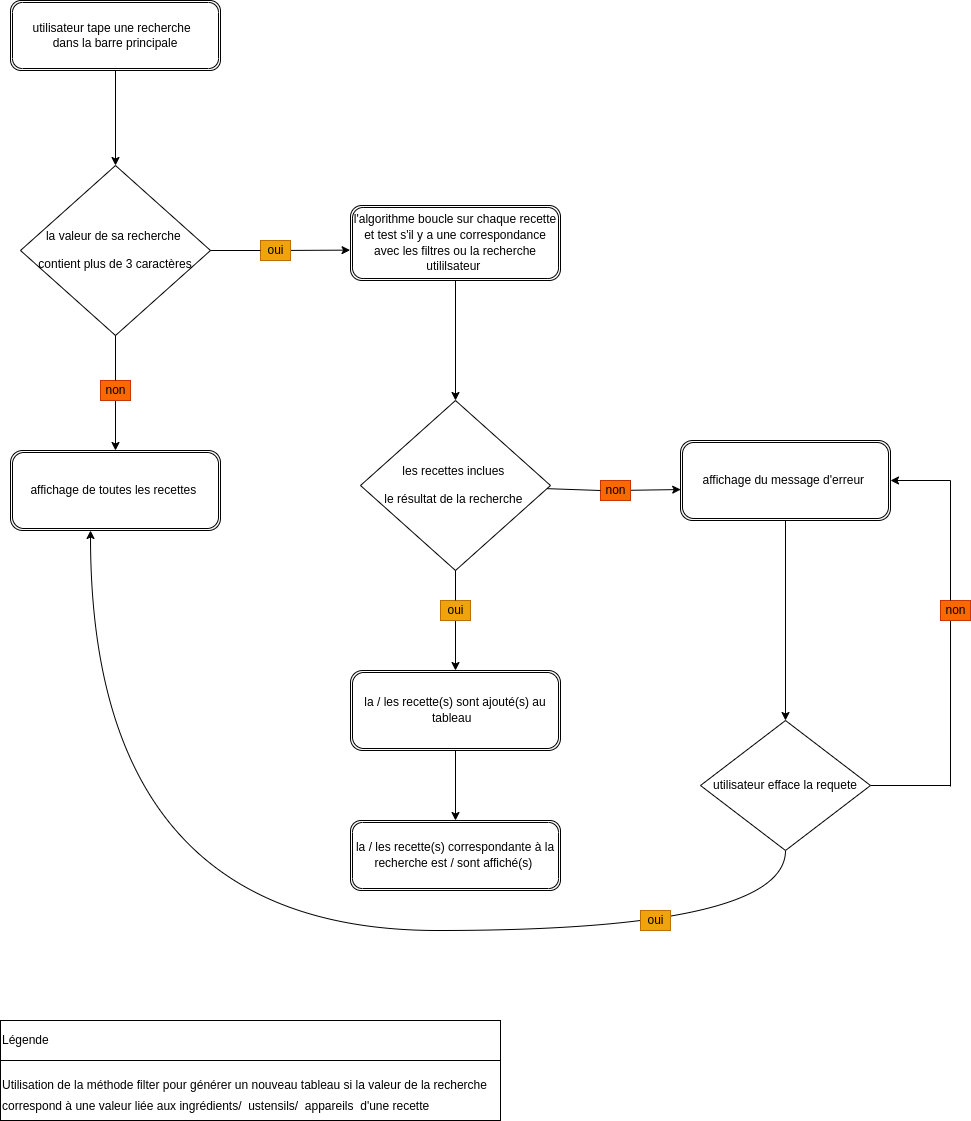
Before: algo2.png, a diagram exported from draw.io (jeremybosqui/Projet7_Algo). Source tidied: cells renumbered, new cells last; positions are measured from the earlier drawing's top-left corner, leaving out a move shared by most shapes. Its diagram source:
```xml
<mxGraphModel background="#ffffff" shadow="1">
  <root>
    <mxCell id="0" />
    <mxCell id="1" parent="0" />
    <mxCell id="2" style="edgeStyle=none;html=1;entryX=0.5;entryY=0;entryDx=0;entryDy=0;" parent="1" edge="1" source="3" target="6">
      <mxGeometry relative="1" as="geometry" />
    </mxCell>
    <mxCell id="3" value="utilisateur tape une recherche&amp;nbsp; &lt;br&gt;dans la barre principale" style="shape=ext;double=1;rounded=1;whiteSpace=wrap;html=1;" parent="1" vertex="1">
      <mxGeometry x="10" width="210" height="70" as="geometry" />
    </mxCell>
    <mxCell id="4" style="edgeStyle=none;html=1;startArrow=none;" parent="1" edge="1" source="16">
      <mxGeometry relative="1" as="geometry">
        <mxPoint x="115" y="450" as="targetPoint" />
      </mxGeometry>
    </mxCell>
    <mxCell id="5" style="edgeStyle=none;html=1;entryX=-0.002;entryY=0.595;entryDx=0;entryDy=0;startArrow=none;entryPerimeter=0;" parent="1" edge="1" source="20" target="19">
      <mxGeometry relative="1" as="geometry" />
    </mxCell>
    <mxCell id="6" value="&lt;p style=&quot;line-height: 1.3&quot;&gt;la valeur de sa&amp;nbsp;&lt;span&gt;recherche&amp;nbsp;&lt;/span&gt;&lt;/p&gt;&lt;p style=&quot;line-height: 1.3&quot;&gt;&lt;span&gt;contient plus de 3 caractères&lt;/span&gt;&lt;/p&gt;" style="rhombus;whiteSpace=wrap;html=1;rotation=0;" parent="1" vertex="1">
      <mxGeometry x="20" y="165" width="190" height="170" as="geometry" />
    </mxCell>
    <mxCell id="7" style="shape=table;startSize=0;" parent="1" vertex="1">
      <mxGeometry y="1020" width="500" height="100" as="geometry" />
    </mxCell>
    <mxCell id="8" style="shape=partialRectangle;fillColor=none;top=0;left=0;bottom=0;right=0;" parent="7" vertex="1">
      <mxGeometry width="500" height="40" as="geometry" />
    </mxCell>
    <mxCell id="9" value="Légende&lt;span style=&quot;white-space: pre&quot;&gt;&#9;&lt;/span&gt;&lt;span style=&quot;white-space: pre&quot;&gt;&#9;&lt;/span&gt;" style="shape=partialRectangle;html=1;whiteSpace=wrap;overflow=hidden;fillColor=none;top=0;left=0;bottom=0;right=0;align=left;" parent="8" vertex="1">
      <mxGeometry width="500" height="40" as="geometry" />
    </mxCell>
    <mxCell id="10" style="shape=partialRectangle;fillColor=none;top=0;left=0;bottom=0;right=0;" parent="7" vertex="1">
      <mxGeometry y="40" width="500" height="60" as="geometry" />
    </mxCell>
    <mxCell id="11" value="&lt;p style=&quot;line-height: 1.8&quot;&gt;Utilisation de la méthode filter pour générer un nouveau tableau si la valeur de la recherche&lt;br&gt;correspond à une valeur liée aux ingrédients/&amp;nbsp; ustensils/&amp;nbsp; appareils&amp;nbsp; d'une recette&lt;/p&gt;" style="shape=partialRectangle;html=1;whiteSpace=wrap;overflow=hidden;fillColor=none;top=0;left=0;bottom=0;right=0;align=left;" parent="10" vertex="1">
      <mxGeometry width="500" height="60" as="geometry" />
    </mxCell>
    <mxCell id="12" style="edgeStyle=none;html=1;startArrow=none;entryX=0.001;entryY=0.613;entryDx=0;entryDy=0;entryPerimeter=0;" parent="1" edge="1" source="25" target="24">
      <mxGeometry relative="1" as="geometry" />
    </mxCell>
    <mxCell id="13" style="edgeStyle=none;html=1;startArrow=none;" parent="1" edge="1" source="27">
      <mxGeometry relative="1" as="geometry">
        <mxPoint x="455" y="670" as="targetPoint" />
      </mxGeometry>
    </mxCell>
    <mxCell id="14" value="&lt;p style=&quot;line-height: 1.3&quot;&gt;les recettes inclues&amp;nbsp;&lt;/p&gt;&lt;p style=&quot;line-height: 1.3&quot;&gt;le résultat de la recherche&amp;nbsp;&lt;/p&gt;" style="rhombus;whiteSpace=wrap;html=1;rotation=0;" parent="1" vertex="1">
      <mxGeometry x="360" y="400" width="190" height="170" as="geometry" />
    </mxCell>
    <mxCell id="15" value="&lt;p style=&quot;line-height: 1.3&quot;&gt;affichage de toutes les recettes&amp;nbsp;&lt;/p&gt;" style="shape=ext;double=1;rounded=1;whiteSpace=wrap;html=1;" parent="1" vertex="1">
      <mxGeometry x="10" y="450" width="210" height="80" as="geometry" />
    </mxCell>
    <mxCell id="16" value="non" style="text;html=1;align=center;verticalAlign=middle;points=[];strokeColor=#C73500;fillColor=#fa6800;sketch=0;shadow=0;fontColor=#000000;" parent="1" vertex="1">
      <mxGeometry x="100" y="380" width="30" height="20" as="geometry" />
    </mxCell>
    <mxCell id="17" style="edgeStyle=none;html=1;endArrow=none;" parent="1" edge="1" source="6" target="16">
      <mxGeometry relative="1" as="geometry" />
    </mxCell>
    <mxCell id="18" style="edgeStyle=none;html=1;" parent="1" edge="1" source="19">
      <mxGeometry relative="1" as="geometry">
        <mxPoint x="455" y="400" as="targetPoint" />
      </mxGeometry>
    </mxCell>
    <mxCell id="19" value="&lt;p style=&quot;line-height: 1.3&quot;&gt;l'algorithme boucle sur chaque recette et test s'il y a une correspondance avec les filtres ou la recherche utililsateur&amp;nbsp;&lt;/p&gt;" style="shape=ext;double=1;rounded=1;whiteSpace=wrap;html=1;" parent="1" vertex="1">
      <mxGeometry x="350" y="205" width="210" height="75" as="geometry" />
    </mxCell>
    <mxCell id="20" value="oui" style="text;html=1;align=center;verticalAlign=middle;points=[];strokeColor=#BD7000;fillColor=#f0a30a;sketch=0;shadow=0;fontColor=#000000;" parent="1" vertex="1">
      <mxGeometry x="260" y="240" width="30" height="20" as="geometry" />
    </mxCell>
    <mxCell id="21" style="edgeStyle=none;html=1;entryX=0;entryY=0.5;entryDx=0;entryDy=0;endArrow=none;" parent="1" edge="1" source="6" target="20">
      <mxGeometry relative="1" as="geometry" />
    </mxCell>
    <mxCell id="22" style="edgeStyle=none;html=1;" parent="1" edge="1" source="24">
      <mxGeometry relative="1" as="geometry">
        <mxPoint x="785" y="720" as="targetPoint" />
      </mxGeometry>
    </mxCell>
    <mxCell id="23" style="edgeStyle=orthogonalEdgeStyle;curved=1;html=1;startArrow=classic;startFill=1;endArrow=none;endFill=0;elbow=vertical;" parent="1" edge="1" source="24">
      <mxGeometry relative="1" as="geometry">
        <mxPoint x="950" y="480" as="targetPoint" />
      </mxGeometry>
    </mxCell>
    <mxCell id="24" value="&lt;p style=&quot;line-height: 1.3&quot;&gt;affichage du message d'erreur&amp;nbsp;&lt;/p&gt;" style="shape=ext;double=1;rounded=1;whiteSpace=wrap;html=1;" parent="1" vertex="1">
      <mxGeometry x="680" y="440" width="210" height="80" as="geometry" />
    </mxCell>
    <mxCell id="25" value="non" style="text;html=1;align=center;verticalAlign=middle;points=[];strokeColor=#C73500;fillColor=#fa6800;sketch=0;shadow=0;fontColor=#000000;" parent="1" vertex="1">
      <mxGeometry x="600" y="480" width="30" height="20" as="geometry" />
    </mxCell>
    <mxCell id="26" style="edgeStyle=none;html=1;entryX=0;entryY=0.5;entryDx=0;entryDy=0;endArrow=none;" parent="1" edge="1" source="14" target="25">
      <mxGeometry relative="1" as="geometry">
        <Array as="points">
          <mxPoint x="600" y="490" />
        </Array>
      </mxGeometry>
    </mxCell>
    <mxCell id="27" value="oui" style="text;html=1;align=center;verticalAlign=middle;points=[];strokeColor=#BD7000;fillColor=#f0a30a;sketch=0;shadow=0;fontColor=#000000;" parent="1" vertex="1">
      <mxGeometry x="440" y="600" width="30" height="20" as="geometry" />
    </mxCell>
    <mxCell id="28" style="edgeStyle=none;html=1;endArrow=none;" parent="1" edge="1" source="14">
      <mxGeometry relative="1" as="geometry">
        <mxPoint x="455" y="600" as="targetPoint" />
      </mxGeometry>
    </mxCell>
    <mxCell id="29" style="edgeStyle=none;html=1;" parent="1" edge="1" source="30">
      <mxGeometry relative="1" as="geometry">
        <mxPoint x="455" y="820" as="targetPoint" />
      </mxGeometry>
    </mxCell>
    <mxCell id="30" value="&lt;p style=&quot;line-height: 1.3&quot;&gt;la / les recette(s) sont ajouté(s) au tableau&amp;nbsp;&amp;nbsp;&lt;/p&gt;" style="shape=ext;double=1;rounded=1;whiteSpace=wrap;html=1;" parent="1" vertex="1">
      <mxGeometry x="350" y="670" width="210" height="80" as="geometry" />
    </mxCell>
    <mxCell id="31" value="&lt;p style=&quot;line-height: 1.3&quot;&gt;la / les recette(s) correspondante à la recherche est / sont affiché(s)&amp;nbsp;&lt;br&gt;&lt;/p&gt;" style="shape=ext;double=1;rounded=1;whiteSpace=wrap;html=1;" parent="1" vertex="1">
      <mxGeometry x="350" y="820" width="210" height="70" as="geometry" />
    </mxCell>
    <mxCell id="32" style="edgeStyle=orthogonalEdgeStyle;html=1;entryX=0.381;entryY=1;entryDx=0;entryDy=0;entryPerimeter=0;elbow=vertical;curved=1;" parent="1" edge="1" source="34" target="15">
      <mxGeometry relative="1" as="geometry">
        <Array as="points">
          <mxPoint x="785" y="930" />
          <mxPoint x="90" y="930" />
        </Array>
      </mxGeometry>
    </mxCell>
    <mxCell id="33" style="edgeStyle=orthogonalEdgeStyle;curved=1;html=1;elbow=vertical;endArrow=none;endFill=0;" parent="1" edge="1" source="34">
      <mxGeometry relative="1" as="geometry">
        <mxPoint x="950" y="785" as="targetPoint" />
      </mxGeometry>
    </mxCell>
    <mxCell id="34" value="utilisateur efface la requete" style="rhombus;whiteSpace=wrap;html=1;rotation=0;gradientColor=none;" parent="1" vertex="1">
      <mxGeometry x="700" y="720" width="170" height="130" as="geometry" />
    </mxCell>
    <mxCell id="35" value="oui" style="text;html=1;align=center;verticalAlign=middle;strokeColor=#BD7000;fillColor=#f0a30a;sketch=0;shadow=0;fontColor=#000000;" parent="1" vertex="1">
      <mxGeometry x="640" y="910" width="30" height="20" as="geometry" />
    </mxCell>
    <mxCell id="36" style="edgeStyle=none;html=1;endArrow=none;endFill=0;startArrow=none;exitX=0.334;exitY=1.018;exitDx=0;exitDy=0;exitPerimeter=0;" parent="1" edge="1" source="37">
      <mxGeometry relative="1" as="geometry">
        <mxPoint x="950" y="786" as="targetPoint" />
      </mxGeometry>
    </mxCell>
    <mxCell id="37" value="non" style="text;html=1;align=center;verticalAlign=middle;points=[];strokeColor=#C73500;fillColor=#fa6800;sketch=0;shadow=0;fontColor=#000000;" parent="1" vertex="1">
      <mxGeometry x="940" y="600" width="30" height="20" as="geometry" />
    </mxCell>
    <mxCell id="38" style="edgeStyle=none;html=1;endArrow=none;endFill=0;" parent="1" edge="1">
      <mxGeometry relative="1" as="geometry">
        <mxPoint x="950" y="480" as="sourcePoint" />
        <mxPoint x="950" y="600" as="targetPoint" />
      </mxGeometry>
    </mxCell>
  </root>
</mxGraphModel>
```
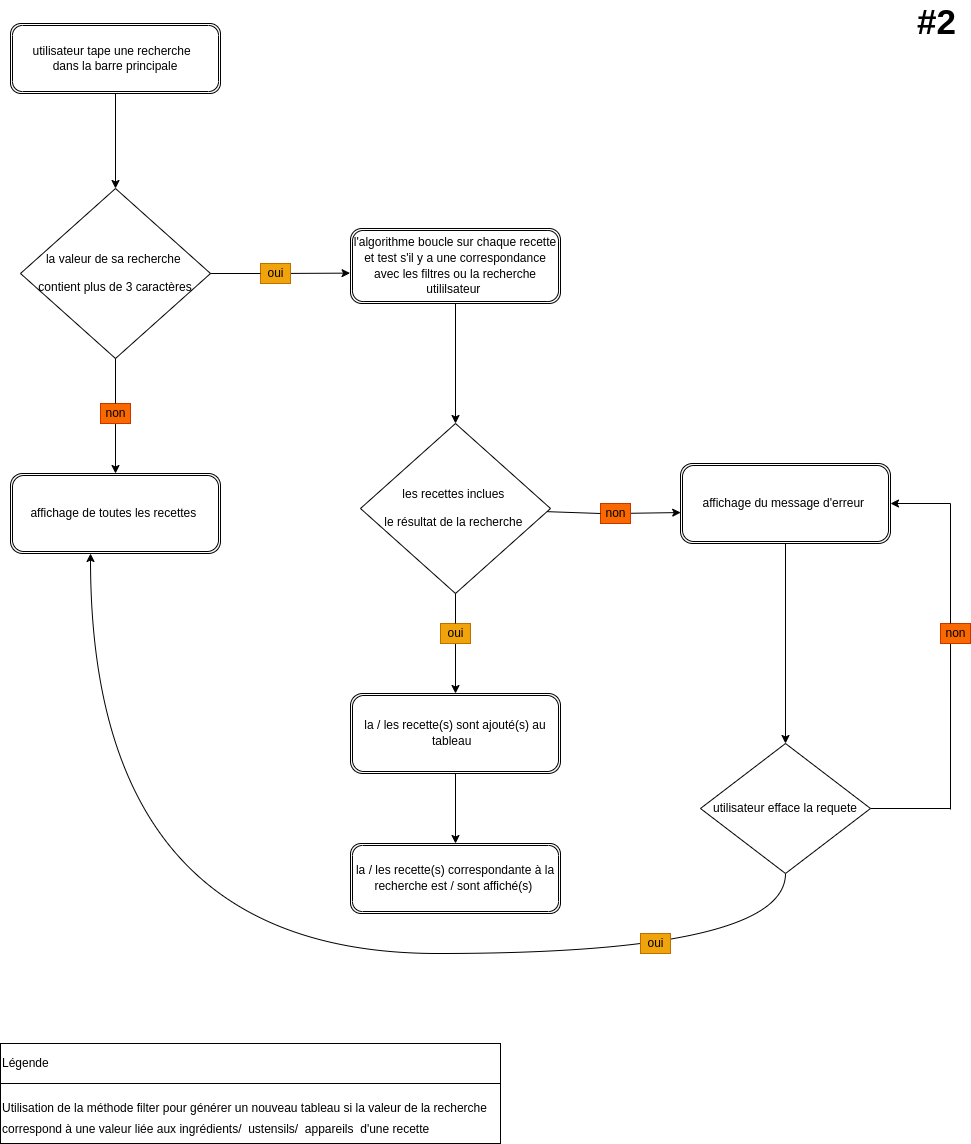
The same file after the commit.

Commit message:
schema algos finish

Change to the diagram source:
```diff
@@ -143,5 +143,8 @@
         <mxPoint x="950" y="600" as="targetPoint" />
       </mxGeometry>
     </mxCell>
+    <mxCell id="39" value="&lt;b&gt;&lt;font style=&quot;font-size: 35px&quot;&gt;#2&lt;/font&gt;&lt;/b&gt;" style="text;html=1;align=center;verticalAlign=middle;strokeColor=none;fillColor=none;" parent="1" vertex="1">
+      <mxGeometry x="911" y="-17" width="50" height="30" as="geometry" />
+    </mxCell>
   </root>
 </mxGraphModel>
```
